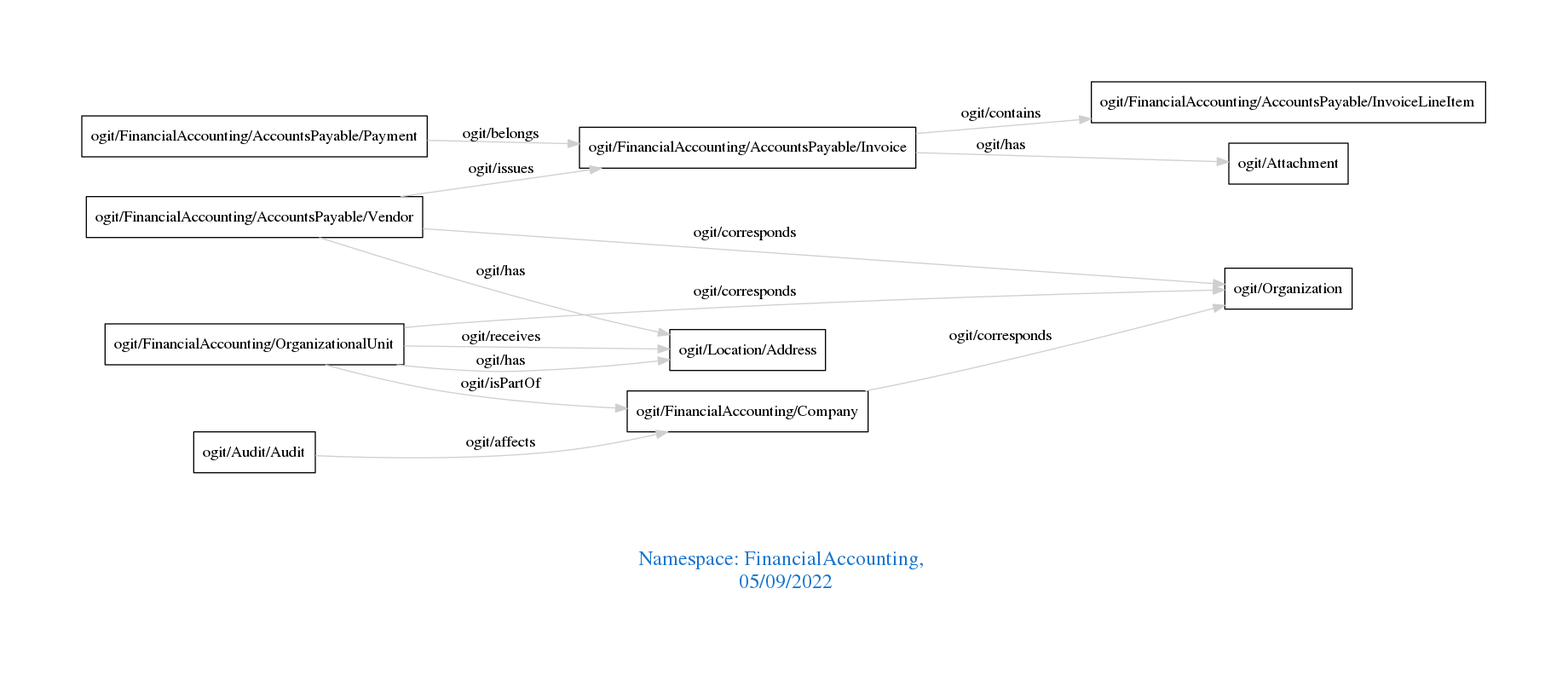
This is downloads/FinancialAccounting.png from arago/OGIT, a Graphviz export, as it was before one commit. Its source is kept beside it as downloads/FinancialAccounting.dot.
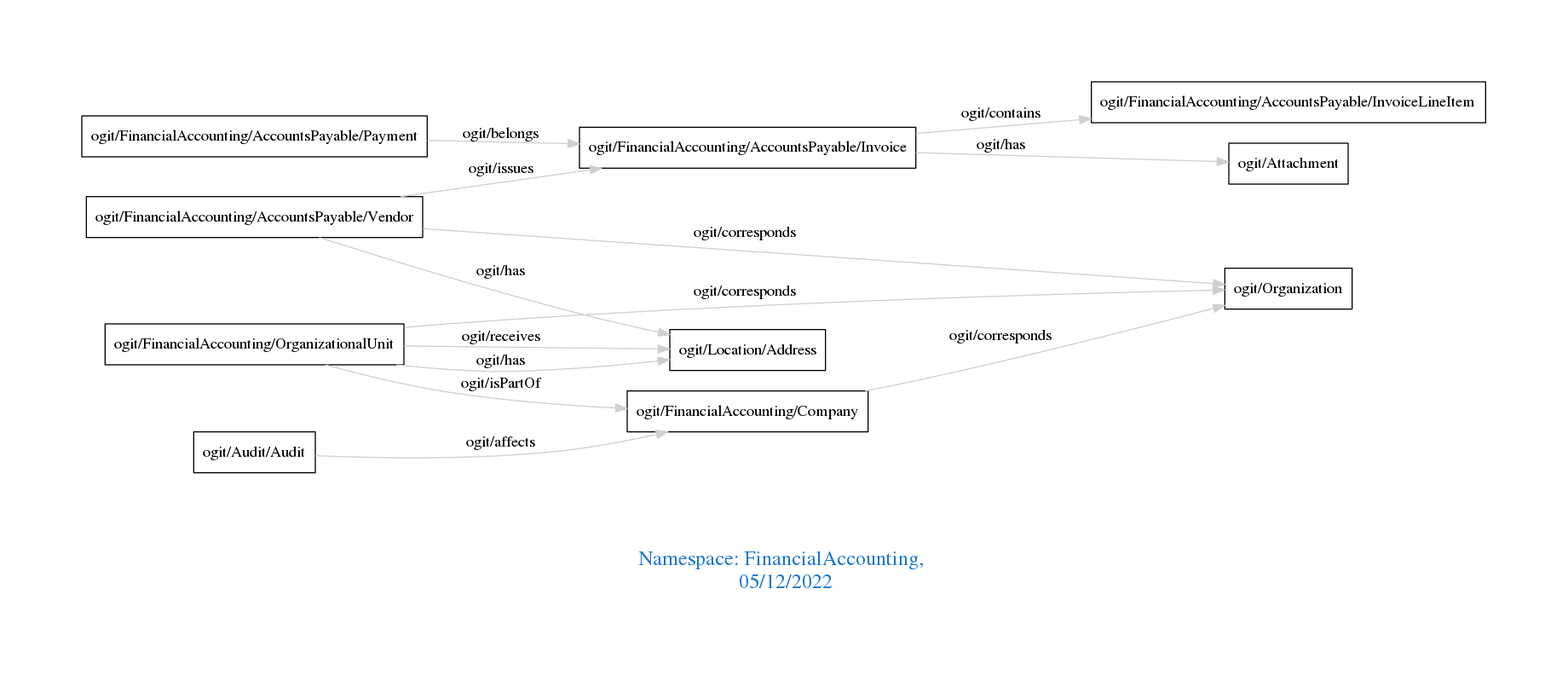
Later version of the same file.

The edit, as a diff of the source:
```diff
@@ -1,7 +1,7 @@
 digraph OGIT_ontology {
  graph [ rankdir= LR,pad=1
 fontsize = 18,
-fontcolor= dodgerblue3,label = "\n\n\nNamespace: FinancialAccounting, \n 05/09/2022"];
+fontcolor= dodgerblue3,label = "\n\n\nNamespace: FinancialAccounting, \n 05/12/2022"];
 node[shape=polygon];
 edge [  color="gray81"];
 
```
